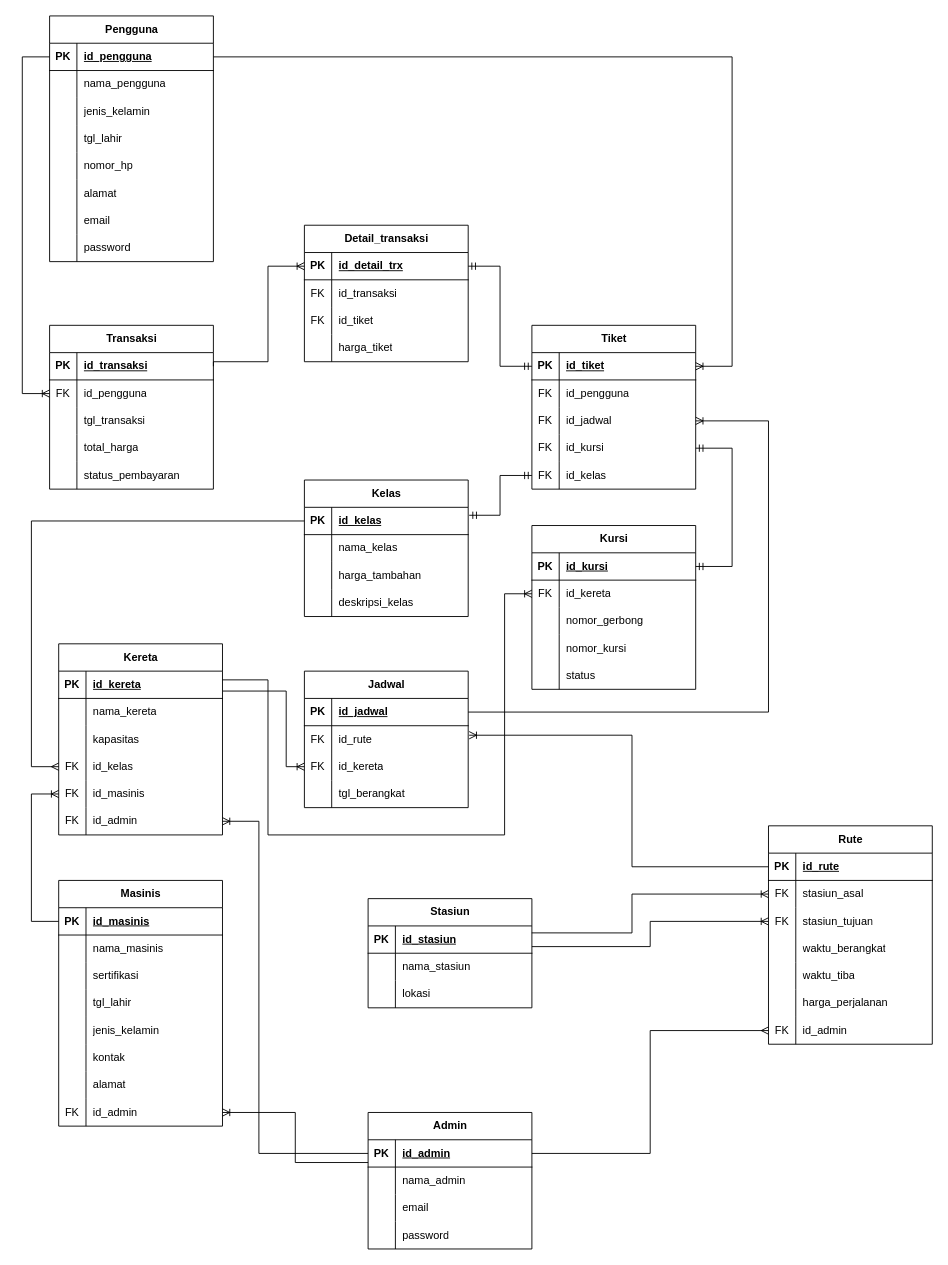
Before: page "PDM" (2 of 2) of PraktikumBasis_Modul5.drawio in elikawicaksana/praktikum-basis-data, a draw.io diagram. Source tidied: cells renumbered, new cells numbered last; positions are measured from the earlier drawing's top-left corner, leaving out a move shared by most shapes. Both pictures are drawn from the tidied source at 91%, with x=0, y=0 at pixel (22, 15).
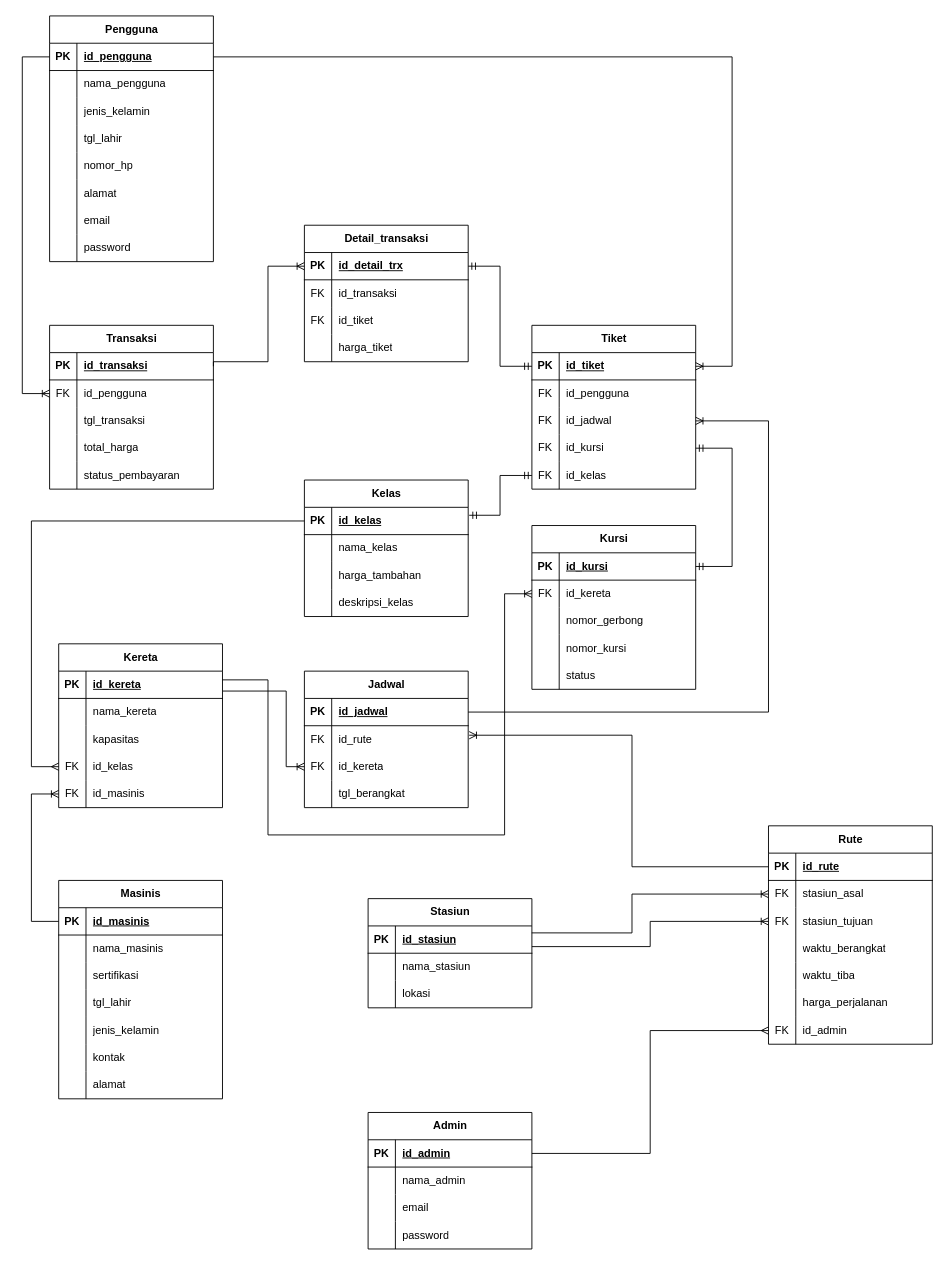
Above is the later version.

The change refers to these unchanged cells:
```xml
<mxCell id="28" style="shape=tableRow;horizontal=0;startSize=0;swimlaneHead=0;swimlaneBody=0;fillColor=none;points=[[0,0.5],[1,0.5]];portConstraint=eastwest;top=0;left=0;right=0;bottom=1;" parent="27" vertex="1">
  <mxGeometry y="30" width="180" height="30" as="geometry" />
</mxCell>
```

The edit, as a diff of the source:
```diff
@@
     <mxCell id="53" value="Kereta" style="shape=table;startSize=30;childLayout=tableLayout;rowLines=0;fontStyle=1;align=center;html=1;" parent="1" vertex="1">
-      <mxGeometry x="40" y="690" width="180" height="210" as="geometry" />
+      <mxGeometry x="40" y="690" width="180" height="180" as="geometry" />
     </mxCell>
@@
-    <mxCell id="69" style="shape=tableRow;horizontal=0;startSize=0;swimlaneHead=0;swimlaneBody=0;fillColor=none;points=[[0,0.5],[1,0.5]];portConstraint=eastwest;top=0;left=0;right=0;bottom=0;" parent="53" vertex="1">
-      <mxGeometry y="180" width="180" height="30" as="geometry" />
-    </mxCell>
-    <mxCell id="70" value="FK" style="shape=partialRectangle;fillColor=none;top=0;left=0;bottom=0;right=0;overflow=hidden;whiteSpace=wrap;html=1;" parent="69" vertex="1">
-      <mxGeometry width="30" height="30" as="geometry" />
-    </mxCell>
-    <mxCell id="71" value="id_admin" style="shape=partialRectangle;fillColor=none;top=0;left=0;bottom=0;right=0;align=left;spacingLeft=6;overflow=hidden;whiteSpace=wrap;html=1;" parent="69" vertex="1">
-      <mxGeometry x="30" width="150" height="30" as="geometry" />
-    </mxCell>
     <mxCell id="72" value="Masinis" style="shape=table;startSize=30;childLayout=tableLayout;rowLines=0;fontStyle=1;align=center;html=1;" parent="1" vertex="1">
-      <mxGeometry x="40" y="950" width="180" height="270" as="geometry" />
+      <mxGeometry x="40" y="950" width="180" height="240" as="geometry" />
     </mxCell>
@@
-    <mxCell id="94" style="shape=tableRow;horizontal=0;startSize=0;swimlaneHead=0;swimlaneBody=0;fillColor=none;points=[[0,0.5],[1,0.5]];portConstraint=eastwest;top=0;left=0;right=0;bottom=0;" parent="72" vertex="1">
-      <mxGeometry y="240" width="180" height="30" as="geometry" />
-    </mxCell>
-    <mxCell id="95" value="FK" style="shape=partialRectangle;fillColor=none;top=0;left=0;bottom=0;right=0;overflow=hidden;whiteSpace=wrap;html=1;" parent="94" vertex="1">
-      <mxGeometry width="30" height="30" as="geometry" />
-    </mxCell>
-    <mxCell id="96" value="id_admin" style="shape=partialRectangle;fillColor=none;top=0;left=0;bottom=0;right=0;align=left;spacingLeft=6;overflow=hidden;whiteSpace=wrap;html=1;" parent="94" vertex="1">
-      <mxGeometry x="30" width="150" height="30" as="geometry" />
-    </mxCell>
@@
-    <mxCell id="215" style="edgeStyle=orthogonalEdgeStyle;fontSize=12;html=1;endArrow=ERoneToMany;rounded=0;exitX=0;exitY=0.5;exitDx=0;exitDy=0;entryX=1;entryY=0.5;entryDx=0;entryDy=0;" parent="1" edge="1" source="28" target="69">
-      <mxGeometry relative="1" as="geometry">
-        <Array as="points">
-          <mxPoint x="260" y="1250" />
-          <mxPoint x="260" y="885" />
-        </Array>
-      </mxGeometry>
-    </mxCell>
-    <mxCell id="216" style="edgeStyle=orthogonalEdgeStyle;fontSize=12;html=1;endArrow=ERoneToMany;rounded=0;entryX=1;entryY=0.5;entryDx=0;entryDy=0;" parent="1" edge="1" target="94">
-      <mxGeometry relative="1" as="geometry">
-        <mxPoint x="380" y="1260" as="sourcePoint" />
-        <Array as="points">
-          <mxPoint x="300" y="1260" />
-          <mxPoint x="300" y="1205" />
-        </Array>
-      </mxGeometry>
-    </mxCell>
```
